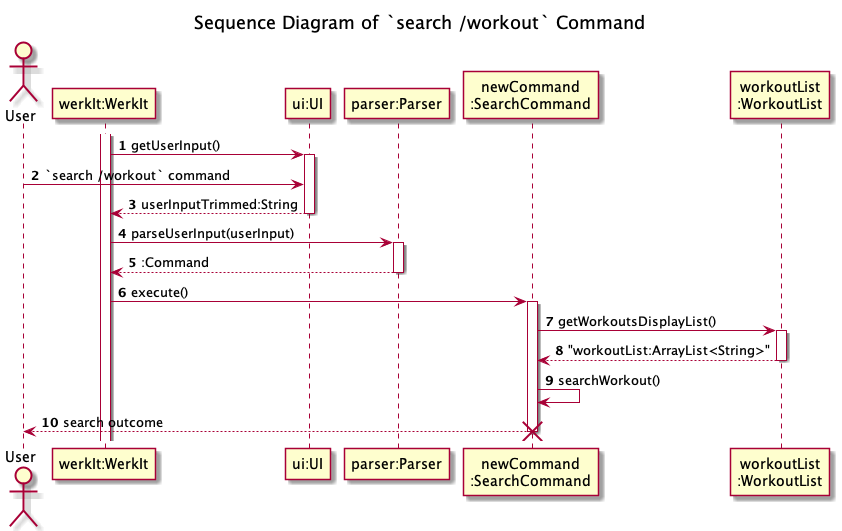
Above: docs/uml/sequenceDiagrams/search/images/searchWorkout.png in nus-cs2113-AY2122S2/tp (PlantUML), before the change.
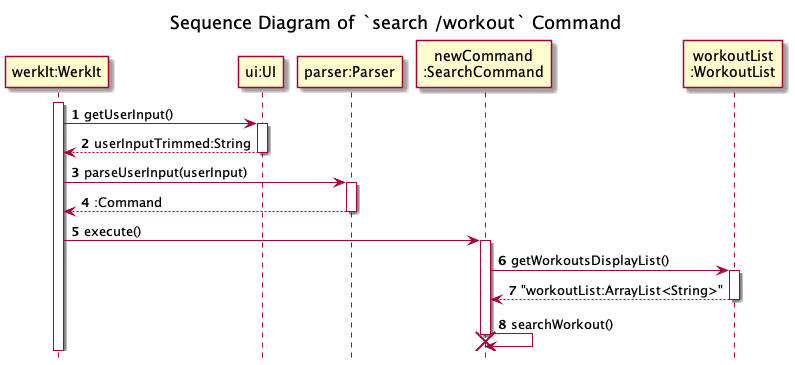
The same file after the commit.

The edit, as a diff of the source:
```diff
@@ -1,11 +1,10 @@
 @startuml
-!include ../Style.puml
-
+!include ../../Style.puml
+hide footbox
 autonumber
 
 title Sequence Diagram of `search /workout` Command
 
-actor   User
 participant "werkIt:WerkIt" AS WerkIt
 participant "ui:UI" AS UI1
 participant "parser:Parser" AS Parser
@@ -15,7 +14,6 @@
 activate WerkIt
 WerkIt -> UI1 : getUserInput()
 activate UI1
-User -> UI1 : `search /workout` command
 WerkIt <-- UI1 : userInputTrimmed:String
 deactivate UI1
 
@@ -33,7 +31,6 @@
 deactivate WorkoutList
 
 newCommand -> newCommand : searchWorkout()
-User <-- newCommand : search outcome
 
 deactivate newCommand
 
```
